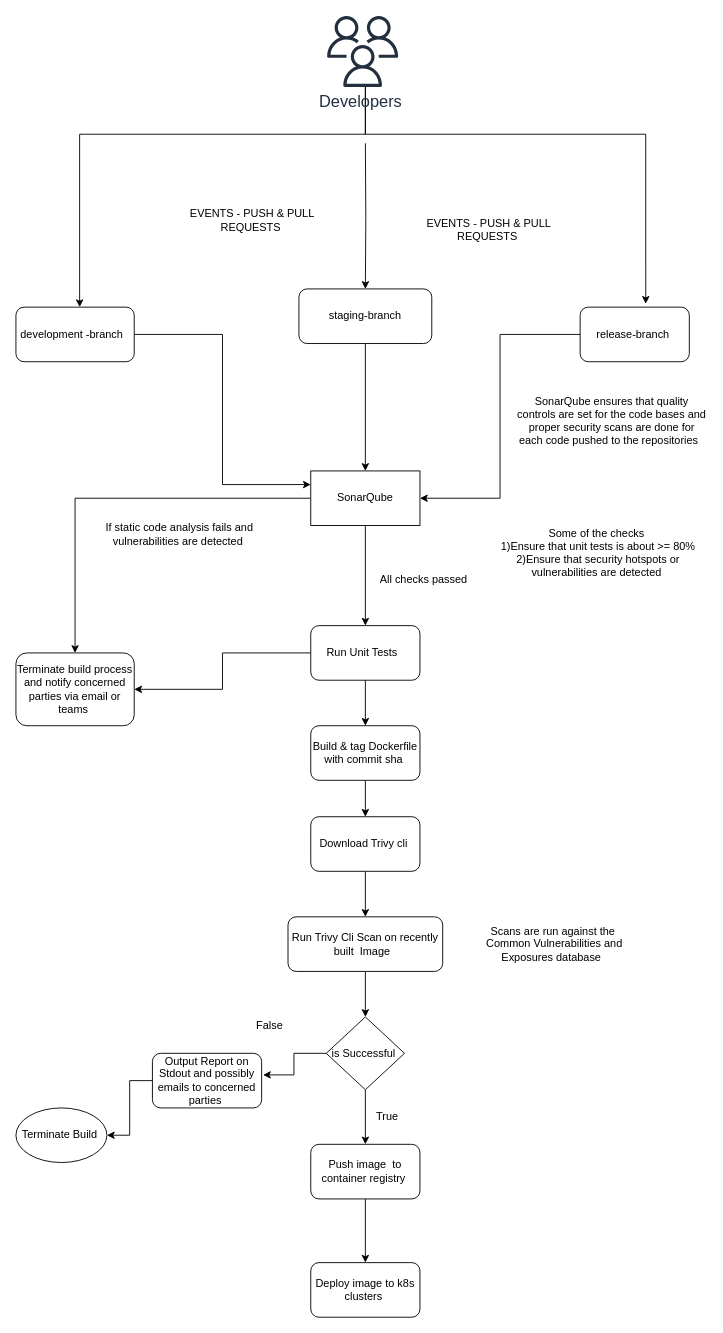
The draw.io diagram icurity.drawio in tyger-rareatom/consulting-architectures, before the edit. Source tidied: cells renumbered, new cells numbered last; positions are measured from the earlier drawing's top-left corner, leaving out a move shared by most shapes. Both pictures are drawn from the tidied source at 91%, with x=0, y=0 at pixel (15, 15).
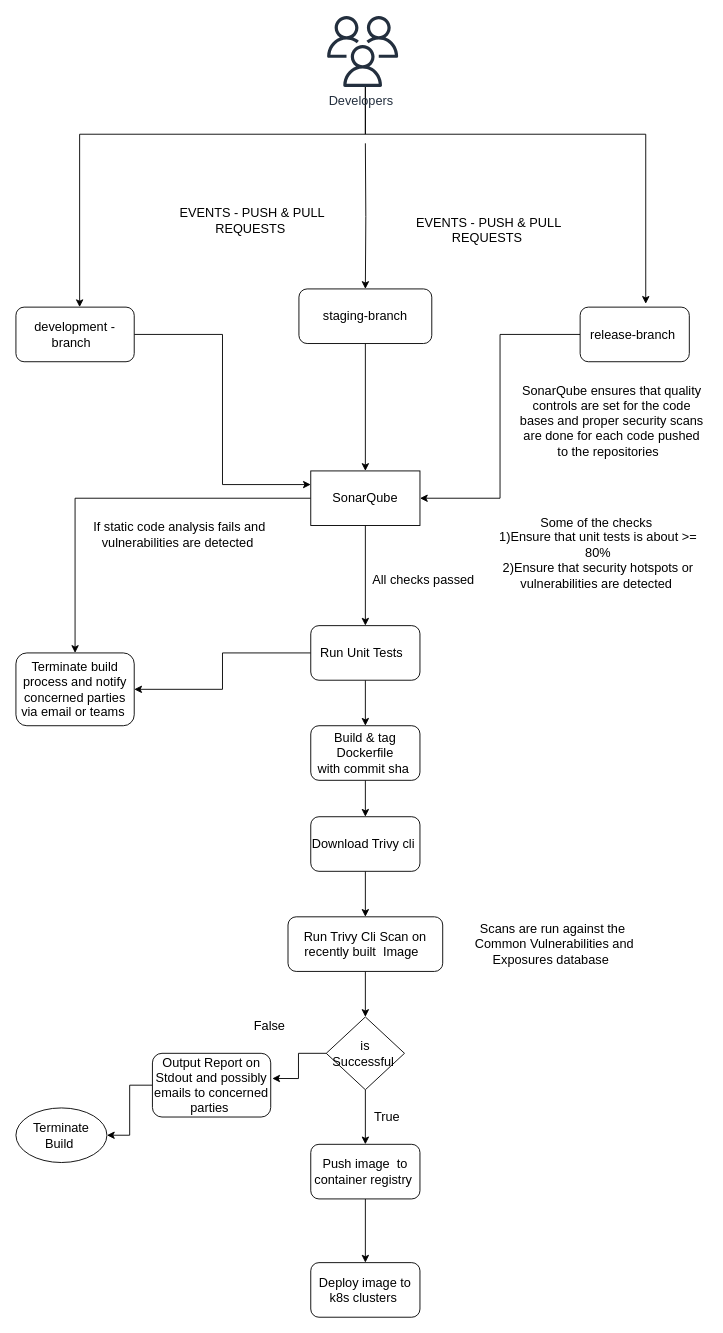
Above is the later version.

Commit message:
Increased the font size of the boxes

The edit, as a diff of the source:
```diff
@@
-    <mxCell id="2" style="edgeStyle=orthogonalEdgeStyle;rounded=0;jettySize=auto;html=1;" parent="1" edge="1" source="3" target="16">
+    <mxCell id="2" style="edgeStyle=orthogonalEdgeStyle;rounded=0;jettySize=auto;html=1;fontSize=14;" parent="1" edge="1" source="3" target="16">
       <mxGeometry relative="1" as="geometry" />
     </mxCell>
-    <mxCell id="3" value="staging-branch" style="rounded=1;whiteSpace=wrap;html=1;" parent="1" vertex="1">
+    <mxCell id="3" value="staging-branch" style="rounded=1;whiteSpace=wrap;html=1;fontSize=14;" parent="1" vertex="1">
       <mxGeometry x="311" y="300" width="146" height="60" as="geometry" />
     </mxCell>
-    <mxCell id="4" style="edgeStyle=orthogonalEdgeStyle;rounded=0;jettySize=auto;html=1;" parent="1" edge="1" target="3">
+    <mxCell id="4" style="edgeStyle=orthogonalEdgeStyle;rounded=0;jettySize=auto;html=1;fontSize=14;" parent="1" edge="1" target="3">
       <mxGeometry relative="1" as="geometry">
         <mxPoint x="384" y="140" as="sourcePoint" />
       </mxGeometry>
     </mxCell>
-    <mxCell id="5" style="edgeStyle=orthogonalEdgeStyle;rounded=0;jettySize=auto;html=1;" parent="1" edge="1" source="7" target="10">
+    <mxCell id="5" style="edgeStyle=orthogonalEdgeStyle;rounded=0;jettySize=auto;html=1;fontSize=14;" parent="1" edge="1" source="7" target="10">
       <mxGeometry relative="1" as="geometry">
         <Array as="points">
           <mxPoint x="384" y="130" />
           <mxPoint x="70" y="130" />
         </Array>
       </mxGeometry>
     </mxCell>
-    <mxCell id="6" style="edgeStyle=orthogonalEdgeStyle;rounded=0;jettySize=auto;html=1;entryX=0.601;entryY=-0.061;entryDx=0;entryDy=0;entryPerimeter=0;" parent="1" edge="1" source="7" target="12">
+    <mxCell id="6" style="edgeStyle=orthogonalEdgeStyle;rounded=0;jettySize=auto;html=1;entryX=0.601;entryY=-0.061;entryDx=0;entryDy=0;entryPerimeter=0;fontSize=14;" parent="1" edge="1" source="7" target="12">
       <mxGeometry relative="1" as="geometry">
         <Array as="points">
           <mxPoint x="384" y="130" />
           <mxPoint x="692" y="130" />
         </Array>
       </mxGeometry>
     </mxCell>
-    <mxCell id="7" value="&lt;font style=&quot;font-size: 18px&quot;&gt;Developers&amp;nbsp;&lt;/font&gt;" style="outlineConnect=0;fontColor=#232F3E;gradientColor=none;fillColor=#232F3E;strokeColor=none;dashed=0;verticalLabelPosition=bottom;verticalAlign=top;align=center;html=1;fontSize=12;fontStyle=0;shape=mxgraph.aws4.users;" parent="1" vertex="1">
+    <mxCell id="7" value="&lt;font style=&quot;font-size: 14px;&quot;&gt;Developers&amp;nbsp;&lt;/font&gt;" style="outlineConnect=0;fontColor=#232F3E;gradientColor=none;fillColor=#232F3E;strokeColor=none;dashed=0;verticalLabelPosition=bottom;verticalAlign=top;align=center;html=1;fontSize=14;fontStyle=0;shape=mxgraph.aws4.users;" parent="1" vertex="1">
       <mxGeometry x="342" width="78" height="78" as="geometry" />
     </mxCell>
-    <mxCell id="8" value="EVENTS - PUSH &amp;amp; PULL REQUESTS&amp;nbsp;" style="text;html=1;strokeColor=none;fillColor=none;align=center;verticalAlign=middle;whiteSpace=wrap;rounded=0;" parent="1" vertex="1">
+    <mxCell id="8" value="EVENTS - PUSH &amp;amp; PULL REQUESTS&amp;nbsp;" style="text;html=1;strokeColor=none;fillColor=none;align=center;verticalAlign=middle;whiteSpace=wrap;rounded=0;fontSize=14;" parent="1" vertex="1">
       <mxGeometry x="160" y="200" width="200" height="50" as="geometry" />
     </mxCell>
-    <mxCell id="9" style="edgeStyle=orthogonalEdgeStyle;rounded=0;jettySize=auto;html=1;entryX=0;entryY=0.25;entryDx=0;entryDy=0;" parent="1" edge="1" source="10" target="16">
+    <mxCell id="9" style="edgeStyle=orthogonalEdgeStyle;rounded=0;jettySize=auto;html=1;entryX=0;entryY=0.25;entryDx=0;entryDy=0;fontSize=14;" parent="1" edge="1" source="10" target="16">
       <mxGeometry relative="1" as="geometry" />
     </mxCell>
-    <mxCell id="10" value="development -branch&amp;nbsp;&amp;nbsp;" style="rounded=1;whiteSpace=wrap;html=1;" parent="1" vertex="1">
+    <mxCell id="10" value="development -branch&amp;nbsp;&amp;nbsp;" style="rounded=1;whiteSpace=wrap;html=1;fontSize=14;" parent="1" vertex="1">
       <mxGeometry y="320" width="130" height="60" as="geometry" />
     </mxCell>
-    <mxCell id="11" style="edgeStyle=orthogonalEdgeStyle;rounded=0;jettySize=auto;html=1;entryX=1;entryY=0.5;entryDx=0;entryDy=0;" parent="1" edge="1" source="12" target="16">
+    <mxCell id="11" style="edgeStyle=orthogonalEdgeStyle;rounded=0;jettySize=auto;html=1;entryX=1;entryY=0.5;entryDx=0;entryDy=0;fontSize=14;" parent="1" edge="1" source="12" target="16">
       <mxGeometry relative="1" as="geometry" />
     </mxCell>
-    <mxCell id="12" value="release-branch&amp;nbsp;" style="rounded=1;whiteSpace=wrap;html=1;" parent="1" vertex="1">
+    <mxCell id="12" value="release-branch&amp;nbsp;" style="rounded=1;whiteSpace=wrap;html=1;fontSize=14;" parent="1" vertex="1">
       <mxGeometry x="620" y="320" width="120" height="60" as="geometry" />
     </mxCell>
-    <mxCell id="13" value="EVENTS - PUSH &amp;amp; PULL REQUESTS&amp;nbsp;" style="text;html=1;strokeColor=none;fillColor=none;align=center;verticalAlign=middle;whiteSpace=wrap;rounded=0;" parent="1" vertex="1">
+    <mxCell id="13" value="EVENTS - PUSH &amp;amp; PULL REQUESTS&amp;nbsp;" style="text;html=1;strokeColor=none;fillColor=none;align=center;verticalAlign=middle;whiteSpace=wrap;rounded=0;fontSize=14;" parent="1" vertex="1">
       <mxGeometry x="420" y="210" width="200" height="50" as="geometry" />
     </mxCell>
-    <mxCell id="14" style="edgeStyle=orthogonalEdgeStyle;rounded=0;jettySize=auto;html=1;entryX=0.5;entryY=0;entryDx=0;entryDy=0;" parent="1" edge="1" source="16" target="23">
+    <mxCell id="14" style="edgeStyle=orthogonalEdgeStyle;rounded=0;jettySize=auto;html=1;entryX=0.5;entryY=0;entryDx=0;entryDy=0;fontSize=14;" parent="1" edge="1" source="16" target="23">
       <mxGeometry relative="1" as="geometry" />
     </mxCell>
-    <mxCell id="15" style="edgeStyle=orthogonalEdgeStyle;rounded=0;jettySize=auto;html=1;" parent="1" edge="1" source="16" target="21">
+    <mxCell id="15" style="edgeStyle=orthogonalEdgeStyle;rounded=0;jettySize=auto;html=1;fontSize=14;" parent="1" edge="1" source="16" target="21">
       <mxGeometry relative="1" as="geometry" />
     </mxCell>
-    <mxCell id="16" value="SonarQube" style="rounded=0;whiteSpace=wrap;html=1;" parent="1" vertex="1">
+    <mxCell id="16" value="SonarQube" style="rounded=0;whiteSpace=wrap;html=1;fontSize=14;" parent="1" vertex="1">
       <mxGeometry x="324" y="500" width="120" height="60" as="geometry" />
     </mxCell>
-    <mxCell id="17" value="SonarQube ensures that quality controls are set for the code bases and proper security scans are done for each code pushed to the repositories&amp;nbsp;&amp;nbsp;" style="text;html=1;strokeColor=none;fillColor=none;align=center;verticalAlign=middle;whiteSpace=wrap;rounded=0;" parent="1" vertex="1">
+    <mxCell id="17" value="SonarQube ensures that quality controls are set for the code bases and proper security scans are done for each code pushed to the repositories&amp;nbsp;&amp;nbsp;" style="text;html=1;strokeColor=none;fillColor=none;align=center;verticalAlign=middle;whiteSpace=wrap;rounded=0;fontSize=14;" parent="1" vertex="1">
       <mxGeometry x="550" y="400" width="210" height="90" as="geometry" />
     </mxCell>
-    <mxCell id="18" value="Some of the checks&amp;nbsp;&lt;br&gt;1)Ensure that unit tests is about &amp;gt;= 80%&lt;br&gt;2)Ensure that security hotspots or vulnerabilities are detected&amp;nbsp;" style="text;html=1;strokeColor=none;fillColor=none;align=center;verticalAlign=middle;whiteSpace=wrap;rounded=0;" parent="1" vertex="1">
+    <mxCell id="18" value="Some of the checks&amp;nbsp;&lt;br style=&quot;font-size: 14px;&quot;&gt;1)Ensure that unit tests is about &amp;gt;= 80%&lt;br style=&quot;font-size: 14px;&quot;&gt;2)Ensure that security hotspots or vulnerabilities are detected&amp;nbsp;" style="text;html=1;strokeColor=none;fillColor=none;align=center;verticalAlign=middle;whiteSpace=wrap;rounded=0;fontSize=14;" parent="1" vertex="1">
       <mxGeometry x="530" y="540" width="220" height="100" as="geometry" />
     </mxCell>
-    <mxCell id="19" style="edgeStyle=orthogonalEdgeStyle;rounded=0;jettySize=auto;html=1;" parent="1" edge="1" source="21" target="26">
+    <mxCell id="19" style="edgeStyle=orthogonalEdgeStyle;rounded=0;jettySize=auto;html=1;fontSize=14;" parent="1" edge="1" source="21" target="26">
       <mxGeometry relative="1" as="geometry" />
     </mxCell>
-    <mxCell id="20" style="edgeStyle=orthogonalEdgeStyle;rounded=0;jettySize=auto;html=1;entryX=1;entryY=0.5;entryDx=0;entryDy=0;" parent="1" edge="1" source="21" target="23">
+    <mxCell id="20" style="edgeStyle=orthogonalEdgeStyle;rounded=0;jettySize=auto;html=1;entryX=1;entryY=0.5;entryDx=0;entryDy=0;fontSize=14;" parent="1" edge="1" source="21" target="23">
       <mxGeometry relative="1" as="geometry" />
     </mxCell>
-    <mxCell id="21" value="Run Unit Tests&amp;nbsp;&amp;nbsp;" style="rounded=1;whiteSpace=wrap;html=1;" parent="1" vertex="1">
+    <mxCell id="21" value="Run Unit Tests&amp;nbsp;&amp;nbsp;" style="rounded=1;whiteSpace=wrap;html=1;fontSize=14;" parent="1" vertex="1">
       <mxGeometry x="324" y="670" width="120" height="60" as="geometry" />
     </mxCell>
-    <mxCell id="22" value="All checks passed&amp;nbsp;" style="text;html=1;strokeColor=none;fillColor=none;align=center;verticalAlign=middle;whiteSpace=wrap;rounded=0;" parent="1" vertex="1">
+    <mxCell id="22" value="All checks passed&amp;nbsp;" style="text;html=1;strokeColor=none;fillColor=none;align=center;verticalAlign=middle;whiteSpace=wrap;rounded=0;fontSize=14;" parent="1" vertex="1">
       <mxGeometry x="390" y="610" width="120" height="20" as="geometry" />
     </mxCell>
-    <mxCell id="23" value="Terminate build process and notify concerned parties via email or teams&amp;nbsp;" style="rounded=1;whiteSpace=wrap;html=1;" parent="1" vertex="1">
+    <mxCell id="23" value="Terminate build process and notify concerned parties via email or teams&amp;nbsp;" style="rounded=1;whiteSpace=wrap;html=1;fontSize=14;" parent="1" vertex="1">
       <mxGeometry y="700" width="130" height="80" as="geometry" />
     </mxCell>
-    <mxCell id="24" value="If static code analysis fails and vulnerabilities are detected&amp;nbsp;" style="text;html=1;strokeColor=none;fillColor=none;align=center;verticalAlign=middle;whiteSpace=wrap;rounded=0;" parent="1" vertex="1">
+    <mxCell id="24" value="If static code analysis fails and vulnerabilities are detected&amp;nbsp;" style="text;html=1;strokeColor=none;fillColor=none;align=center;verticalAlign=middle;whiteSpace=wrap;rounded=0;fontSize=14;" parent="1" vertex="1">
       <mxGeometry x="70" y="540" width="220" height="60" as="geometry" />
     </mxCell>
-    <mxCell id="25" style="edgeStyle=orthogonalEdgeStyle;rounded=0;jettySize=auto;html=1;" parent="1" edge="1" source="26" target="28">
+    <mxCell id="25" style="edgeStyle=orthogonalEdgeStyle;rounded=0;jettySize=auto;html=1;fontSize=14;" parent="1" edge="1" source="26" target="28">
       <mxGeometry relative="1" as="geometry" />
     </mxCell>
-    <mxCell id="26" value="Build &amp;amp; tag Dockerfile&lt;br&gt;with commit sha&amp;nbsp;" style="rounded=1;whiteSpace=wrap;html=1;" parent="1" vertex="1">
+    <mxCell id="26" value="Build &amp;amp; tag Dockerfile&lt;br style=&quot;font-size: 14px;&quot;&gt;with commit sha&amp;nbsp;" style="rounded=1;whiteSpace=wrap;html=1;fontSize=14;" parent="1" vertex="1">
       <mxGeometry x="324" y="780" width="120" height="60" as="geometry" />
     </mxCell>
-    <mxCell id="27" style="edgeStyle=orthogonalEdgeStyle;rounded=0;jettySize=auto;html=1;" parent="1" edge="1" source="28" target="30">
+    <mxCell id="27" style="edgeStyle=orthogonalEdgeStyle;rounded=0;jettySize=auto;html=1;fontSize=14;" parent="1" edge="1" source="28" target="30">
       <mxGeometry relative="1" as="geometry" />
     </mxCell>
-    <mxCell id="28" value="Download Trivy cli&amp;nbsp;" style="rounded=1;whiteSpace=wrap;html=1;" parent="1" vertex="1">
+    <mxCell id="28" value="Download Trivy cli&amp;nbsp;" style="rounded=1;whiteSpace=wrap;html=1;fontSize=14;" parent="1" vertex="1">
       <mxGeometry x="324" y="880" width="120" height="60" as="geometry" />
     </mxCell>
-    <mxCell id="29" style="edgeStyle=orthogonalEdgeStyle;rounded=0;jettySize=auto;html=1;" parent="1" edge="1" source="30" target="35">
+    <mxCell id="29" style="edgeStyle=orthogonalEdgeStyle;rounded=0;jettySize=auto;html=1;fontSize=14;" parent="1" edge="1" source="30" target="35">
       <mxGeometry relative="1" as="geometry" />
     </mxCell>
-    <mxCell id="30" value="&lt;span&gt;Run Trivy Cli Scan on recently built&amp;nbsp; Image&amp;nbsp;&amp;nbsp;&lt;/span&gt;" style="rounded=1;whiteSpace=wrap;html=1;" parent="1" vertex="1">
+    <mxCell id="30" value="&lt;span style=&quot;font-size: 14px;&quot;&gt;Run Trivy Cli Scan on recently built&amp;nbsp; Image&amp;nbsp;&amp;nbsp;&lt;/span&gt;" style="rounded=1;whiteSpace=wrap;html=1;fontSize=14;" parent="1" vertex="1">
       <mxGeometry x="299" y="990" width="170" height="60" as="geometry" />
     </mxCell>
-    <mxCell id="31" style="edgeStyle=orthogonalEdgeStyle;rounded=0;jettySize=auto;html=1;" parent="1" edge="1" source="32" target="39">
+    <mxCell id="31" style="edgeStyle=orthogonalEdgeStyle;rounded=0;jettySize=auto;html=1;fontSize=14;" parent="1" edge="1" source="32" target="39">
       <mxGeometry relative="1" as="geometry" />
     </mxCell>
-    <mxCell id="32" value="Output Report on Stdout and possibly emails to concerned parties&amp;nbsp;" style="rounded=1;whiteSpace=wrap;html=1;" parent="1" vertex="1">
-      <mxGeometry x="150" y="1140" width="120" height="60" as="geometry" />
+    <mxCell id="32" value="Output Report on Stdout and possibly emails to concerned parties&amp;nbsp;" style="rounded=1;whiteSpace=wrap;html=1;fontSize=14;" parent="1" vertex="1">
+      <mxGeometry x="150" y="1140" width="130" height="70" as="geometry" />
     </mxCell>
-    <mxCell id="33" style="edgeStyle=orthogonalEdgeStyle;rounded=0;jettySize=auto;html=1;entryX=1.013;entryY=0.395;entryDx=0;entryDy=0;entryPerimeter=0;" parent="1" edge="1" source="35" target="32">
+    <mxCell id="33" style="edgeStyle=orthogonalEdgeStyle;rounded=0;jettySize=auto;html=1;entryX=1.013;entryY=0.395;entryDx=0;entryDy=0;entryPerimeter=0;fontSize=14;" parent="1" edge="1" source="35" target="32">
       <mxGeometry relative="1" as="geometry" />
     </mxCell>
-    <mxCell id="34" style="edgeStyle=orthogonalEdgeStyle;rounded=0;jettySize=auto;html=1;" parent="1" edge="1" source="35" target="41">
+    <mxCell id="34" style="edgeStyle=orthogonalEdgeStyle;rounded=0;jettySize=auto;html=1;fontSize=14;" parent="1" edge="1" source="35" target="41">
       <mxGeometry relative="1" as="geometry" />
     </mxCell>
-    <mxCell id="35" value="is Successful&amp;nbsp;" style="rhombus;whiteSpace=wrap;html=1;" parent="1" vertex="1">
+    <mxCell id="35" value="is Successful&amp;nbsp;" style="rhombus;whiteSpace=wrap;html=1;fontSize=14;" parent="1" vertex="1">
       <mxGeometry x="341" y="1100" width="86" height="80" as="geometry" />
     </mxCell>
-    <mxCell id="36" value="True&amp;nbsp;" style="text;html=1;strokeColor=none;fillColor=none;align=center;verticalAlign=middle;whiteSpace=wrap;rounded=0;" parent="1" vertex="1">
+    <mxCell id="36" value="True&amp;nbsp;" style="text;html=1;strokeColor=none;fillColor=none;align=center;verticalAlign=middle;whiteSpace=wrap;rounded=0;fontSize=14;" parent="1" vertex="1">
       <mxGeometry x="390" y="1200" width="40" height="20" as="geometry" />
     </mxCell>
-    <mxCell id="37" value="False" style="text;html=1;strokeColor=none;fillColor=none;align=center;verticalAlign=middle;whiteSpace=wrap;rounded=0;" parent="1" vertex="1">
+    <mxCell id="37" value="False" style="text;html=1;strokeColor=none;fillColor=none;align=center;verticalAlign=middle;whiteSpace=wrap;rounded=0;fontSize=14;" parent="1" vertex="1">
       <mxGeometry x="259" y="1100" width="40" height="20" as="geometry" />
     </mxCell>
-    <mxCell id="38" value="Scans are run against the&amp;nbsp; Common Vulnerabilities and Exposures database&amp;nbsp;&amp;nbsp;" style="text;html=1;strokeColor=none;fillColor=none;align=center;verticalAlign=middle;whiteSpace=wrap;rounded=0;" parent="1" vertex="1">
+    <mxCell id="38" value="Scans are run against the&amp;nbsp; Common Vulnerabilities and Exposures database&amp;nbsp;&amp;nbsp;" style="text;html=1;strokeColor=none;fillColor=none;align=center;verticalAlign=middle;whiteSpace=wrap;rounded=0;fontSize=14;" parent="1" vertex="1">
       <mxGeometry x="497" y="980" width="190" height="80" as="geometry" />
     </mxCell>
-    <mxCell id="39" value="Terminate Build&amp;nbsp;" style="ellipse;whiteSpace=wrap;html=1;" parent="1" vertex="1">
+    <mxCell id="39" value="Terminate Build&amp;nbsp;" style="ellipse;whiteSpace=wrap;html=1;fontSize=14;" parent="1" vertex="1">
       <mxGeometry y="1200" width="100" height="60" as="geometry" />
     </mxCell>
-    <mxCell id="40" style="edgeStyle=orthogonalEdgeStyle;rounded=0;jettySize=auto;html=1;" parent="1" edge="1" source="41" target="42">
+    <mxCell id="40" style="edgeStyle=orthogonalEdgeStyle;rounded=0;jettySize=auto;html=1;fontSize=14;" parent="1" edge="1" source="41" target="42">
       <mxGeometry relative="1" as="geometry" />
     </mxCell>
-    <mxCell id="41" value="Push image&amp;nbsp; to container registry&amp;nbsp;" style="rounded=1;whiteSpace=wrap;html=1;" parent="1" vertex="1">
+    <mxCell id="41" value="Push image&amp;nbsp; to container registry&amp;nbsp;" style="rounded=1;whiteSpace=wrap;html=1;fontSize=14;" parent="1" vertex="1">
       <mxGeometry x="324" y="1240" width="120" height="60" as="geometry" />
     </mxCell>
-    <mxCell id="42" value="Deploy image to k8s clusters&amp;nbsp;" style="rounded=1;whiteSpace=wrap;html=1;" parent="1" vertex="1">
+    <mxCell id="42" value="Deploy image to k8s clusters&amp;nbsp;" style="rounded=1;whiteSpace=wrap;html=1;fontSize=14;" parent="1" vertex="1">
       <mxGeometry x="324" y="1370" width="120" height="60" as="geometry" />
     </mxCell>
```
